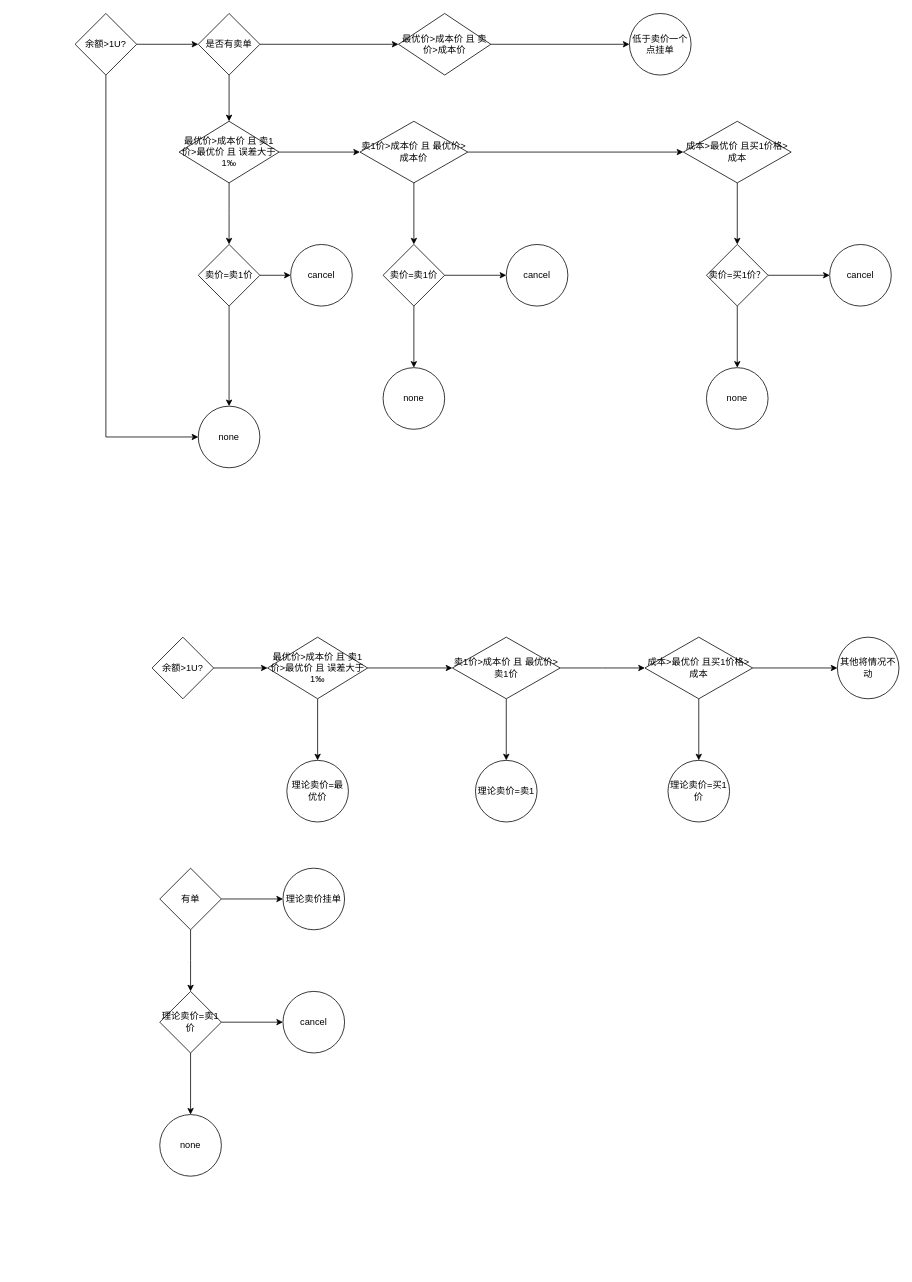
Earlier version of the draw.io diagram page "混合模式" (5 of 5) of gate.drawio (fzuguo/hello-world). Source tidied: cells renumbered, new cells numbered last; positions are measured from the earlier drawing's top-left corner, leaving out a move shared by most shapes. Both pictures are drawn from the tidied source at 77%, with x=0, y=0 at pixel (75, 13).
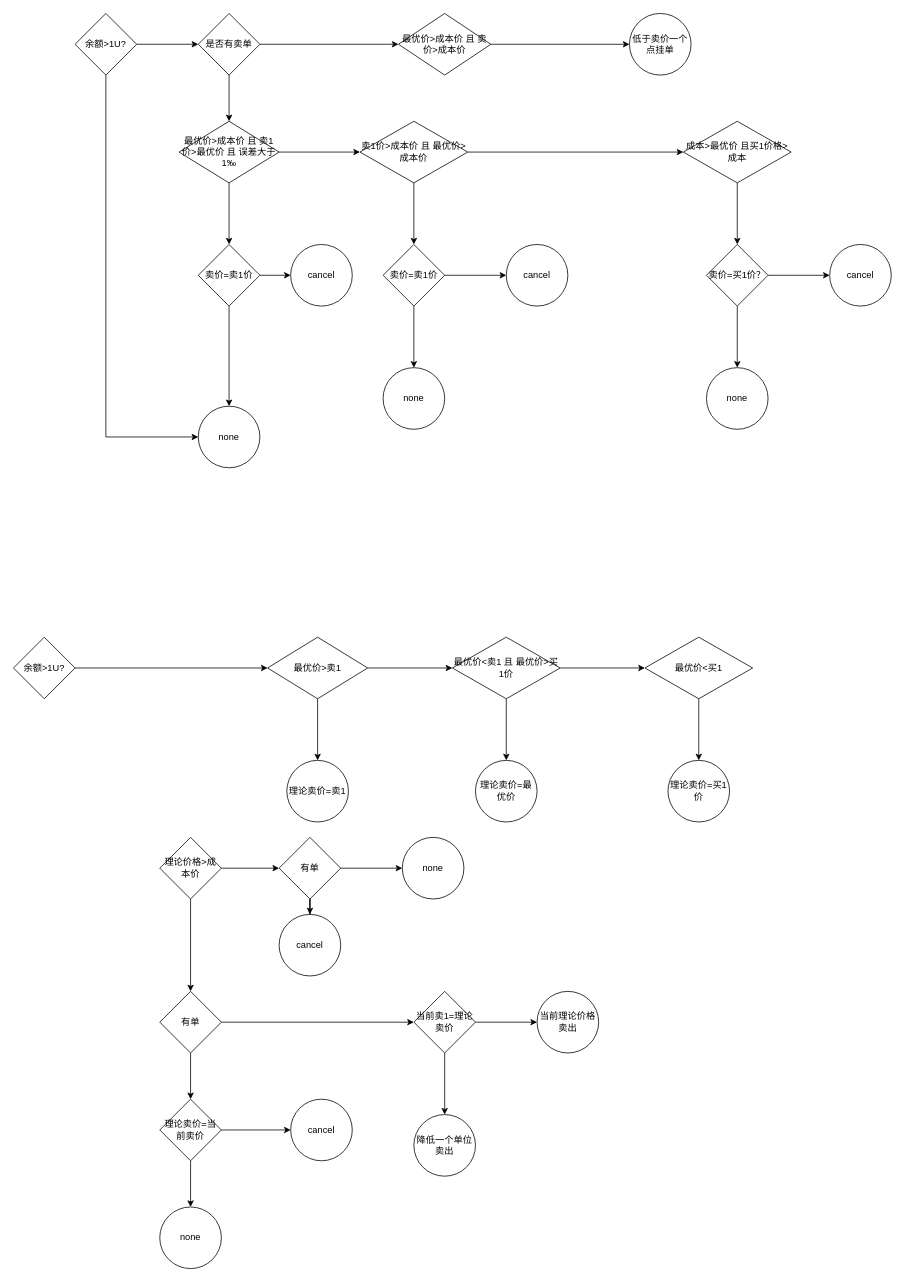
Above is the later version.

What changed in the source:
```diff
@@
     <mxCell id="35" value="余额&amp;gt;1U?" style="rhombus;whiteSpace=wrap;html=1;" parent="1" vertex="1">
-      <mxGeometry x="100" y="810" width="80" height="80" as="geometry" />
+      <mxGeometry x="-80" y="810" width="80" height="80" as="geometry" />
     </mxCell>
@@
-    <mxCell id="38" value="最优价&amp;gt;成本价 且 卖1价&amp;gt;最优价 且 误差大于 1‰" style="rhombus;whiteSpace=wrap;html=1;" parent="1" vertex="1">
+    <mxCell id="38" value="最优价&amp;gt;卖1" style="rhombus;whiteSpace=wrap;html=1;" parent="1" vertex="1">
       <mxGeometry x="250" y="810" width="130" height="80" as="geometry" />
     </mxCell>
-    <mxCell id="39" value="理论卖价=最优价" style="ellipse;whiteSpace=wrap;html=1;" parent="1" vertex="1">
+    <mxCell id="39" value="理论卖价=卖1" style="ellipse;whiteSpace=wrap;html=1;" parent="1" vertex="1">
       <mxGeometry x="275" y="970" width="80" height="80" as="geometry" />
     </mxCell>
@@
-    <mxCell id="42" value="卖1价&amp;gt;成本价 且 最优价&amp;gt;卖1价" style="rhombus;whiteSpace=wrap;html=1;" parent="1" vertex="1">
+    <mxCell id="42" value="最优价&amp;lt;卖1 且 最优价&amp;gt;买1价" style="rhombus;whiteSpace=wrap;html=1;" parent="1" vertex="1">
       <mxGeometry x="490" y="810" width="140" height="80" as="geometry" />
     </mxCell>
-    <mxCell id="43" value="理论卖价=卖1" style="ellipse;whiteSpace=wrap;html=1;" parent="1" vertex="1">
+    <mxCell id="43" value="理论卖价=最优价" style="ellipse;whiteSpace=wrap;html=1;" parent="1" vertex="1">
       <mxGeometry x="520" y="970" width="80" height="80" as="geometry" />
     </mxCell>
@@
-    <mxCell id="45" style="edgeStyle=orthogonalEdgeStyle;rounded=0;jettySize=auto;html=1;" parent="1" edge="1" source="46" target="48">
-      <mxGeometry relative="1" as="geometry" />
-    </mxCell>
-    <mxCell id="46" value="成本&amp;gt;最优价 且买1价格&amp;gt;成本" style="rhombus;whiteSpace=wrap;html=1;" parent="1" vertex="1">
+    <mxCell id="46" value="最优价&amp;lt;买1" style="rhombus;whiteSpace=wrap;html=1;" parent="1" vertex="1">
       <mxGeometry x="740" y="810" width="140" height="80" as="geometry" />
     </mxCell>
@@
-    <mxCell id="48" value="其他将情况不动" style="ellipse;whiteSpace=wrap;html=1;" parent="1" vertex="1">
-      <mxGeometry x="990" y="810" width="80" height="80" as="geometry" />
-    </mxCell>
-    <mxCell id="49" style="edgeStyle=orthogonalEdgeStyle;rounded=0;jettySize=auto;html=1;" parent="1" edge="1" source="51">
-      <mxGeometry relative="1" as="geometry">
-        <mxPoint x="150" y="1270" as="targetPoint" />
-      </mxGeometry>
-    </mxCell>
-    <mxCell id="50" style="edgeStyle=orthogonalEdgeStyle;rounded=0;jettySize=auto;html=1;" parent="1" edge="1" source="51" target="57">
-      <mxGeometry relative="1" as="geometry" />
-    </mxCell>
+    <mxCell id="58" style="edgeStyle=orthogonalEdgeStyle;rounded=0;jettySize=auto;html=1;exitX=0.5;exitY=1;exitDx=0;exitDy=0;entryX=0.5;entryY=0;entryDx=0;entryDy=0;" parent="1" edge="1" source="51" target="54">
+      <mxGeometry relative="1" as="geometry" />
+    </mxCell>
+    <mxCell id="59" style="edgeStyle=orthogonalEdgeStyle;rounded=0;jettySize=auto;html=1;" parent="1" edge="1" source="51" target="70">
+      <mxGeometry relative="1" as="geometry" />
+    </mxCell>
     <mxCell id="51" value="有单" style="rhombus;whiteSpace=wrap;html=1;" parent="1" vertex="1">
-      <mxGeometry x="110" y="1110" width="80" height="80" as="geometry" />
+      <mxGeometry x="110" y="1270" width="80" height="80" as="geometry" />
     </mxCell>
@@
-    <mxCell id="54" value="理论卖价=卖1价" style="rhombus;whiteSpace=wrap;html=1;" parent="1" vertex="1">
-      <mxGeometry x="110" y="1270" width="80" height="80" as="geometry" />
+    <mxCell id="54" value="理论卖价=当前卖价" style="rhombus;whiteSpace=wrap;html=1;" parent="1" vertex="1">
+      <mxGeometry x="110" y="1410" width="80" height="80" as="geometry" />
     </mxCell>
     <mxCell id="55" value="none" style="ellipse;whiteSpace=wrap;html=1;" parent="1" vertex="1">
-      <mxGeometry x="110" y="1430" width="80" height="80" as="geometry" />
+      <mxGeometry x="110" y="1550" width="80" height="80" as="geometry" />
     </mxCell>
     <mxCell id="56" value="cancel" style="ellipse;whiteSpace=wrap;html=1;" parent="1" vertex="1">
-      <mxGeometry x="270" y="1270" width="80" height="80" as="geometry" />
+      <mxGeometry x="280" y="1410" width="80" height="80" as="geometry" />
     </mxCell>
-    <mxCell id="57" value="理论卖价挂单" style="ellipse;whiteSpace=wrap;html=1;" parent="1" vertex="1">
-      <mxGeometry x="270" y="1110" width="80" height="80" as="geometry" />
-    </mxCell>
+    <mxCell id="60" style="edgeStyle=orthogonalEdgeStyle;rounded=0;jettySize=auto;html=1;exitX=0.5;exitY=1;exitDx=0;exitDy=0;entryX=0.5;entryY=0;entryDx=0;entryDy=0;" parent="1" edge="1" source="62" target="51">
+      <mxGeometry relative="1" as="geometry" />
+    </mxCell>
+    <mxCell id="61" style="edgeStyle=orthogonalEdgeStyle;rounded=0;jettySize=auto;html=1;" parent="1" edge="1" source="62" target="65">
+      <mxGeometry relative="1" as="geometry" />
+    </mxCell>
+    <mxCell id="62" value="理论价格&amp;gt;成本价" style="rhombus;whiteSpace=wrap;html=1;" parent="1" vertex="1">
+      <mxGeometry x="110" y="1070" width="80" height="80" as="geometry" />
+    </mxCell>
+    <mxCell id="63" style="edgeStyle=orthogonalEdgeStyle;rounded=0;jettySize=auto;html=1;" parent="1" edge="1" source="65" target="66">
+      <mxGeometry relative="1" as="geometry" />
+    </mxCell>
+    <mxCell id="64" style="edgeStyle=orthogonalEdgeStyle;rounded=0;jettySize=auto;html=1;" parent="1" edge="1" source="65" target="67">
+      <mxGeometry relative="1" as="geometry" />
+    </mxCell>
+    <mxCell id="65" value="有单" style="rhombus;whiteSpace=wrap;html=1;" parent="1" vertex="1">
+      <mxGeometry x="265" y="1070" width="80" height="80" as="geometry" />
+    </mxCell>
+    <mxCell id="66" value="cancel" style="ellipse;whiteSpace=wrap;html=1;" parent="1" vertex="1">
+      <mxGeometry x="265" y="1170" width="80" height="80" as="geometry" />
+    </mxCell>
+    <mxCell id="67" value="none" style="ellipse;whiteSpace=wrap;html=1;" parent="1" vertex="1">
+      <mxGeometry x="425" y="1070" width="80" height="80" as="geometry" />
+    </mxCell>
+    <mxCell id="68" style="edgeStyle=orthogonalEdgeStyle;rounded=0;jettySize=auto;html=1;" parent="1" edge="1" source="70" target="71">
+      <mxGeometry relative="1" as="geometry" />
+    </mxCell>
+    <mxCell id="69" style="edgeStyle=orthogonalEdgeStyle;rounded=0;jettySize=auto;html=1;" parent="1" edge="1" source="70" target="72">
+      <mxGeometry relative="1" as="geometry" />
+    </mxCell>
+    <mxCell id="70" value="当前卖1=理论卖价" style="rhombus;whiteSpace=wrap;html=1;" parent="1" vertex="1">
+      <mxGeometry x="440" y="1270" width="80" height="80" as="geometry" />
+    </mxCell>
+    <mxCell id="71" value="降低一个单位卖出" style="ellipse;whiteSpace=wrap;html=1;" parent="1" vertex="1">
+      <mxGeometry x="440" y="1430" width="80" height="80" as="geometry" />
+    </mxCell>
+    <mxCell id="72" value="当前理论价格卖出" style="ellipse;whiteSpace=wrap;html=1;" parent="1" vertex="1">
+      <mxGeometry x="600" y="1270" width="80" height="80" as="geometry" />
+    </mxCell>
```
